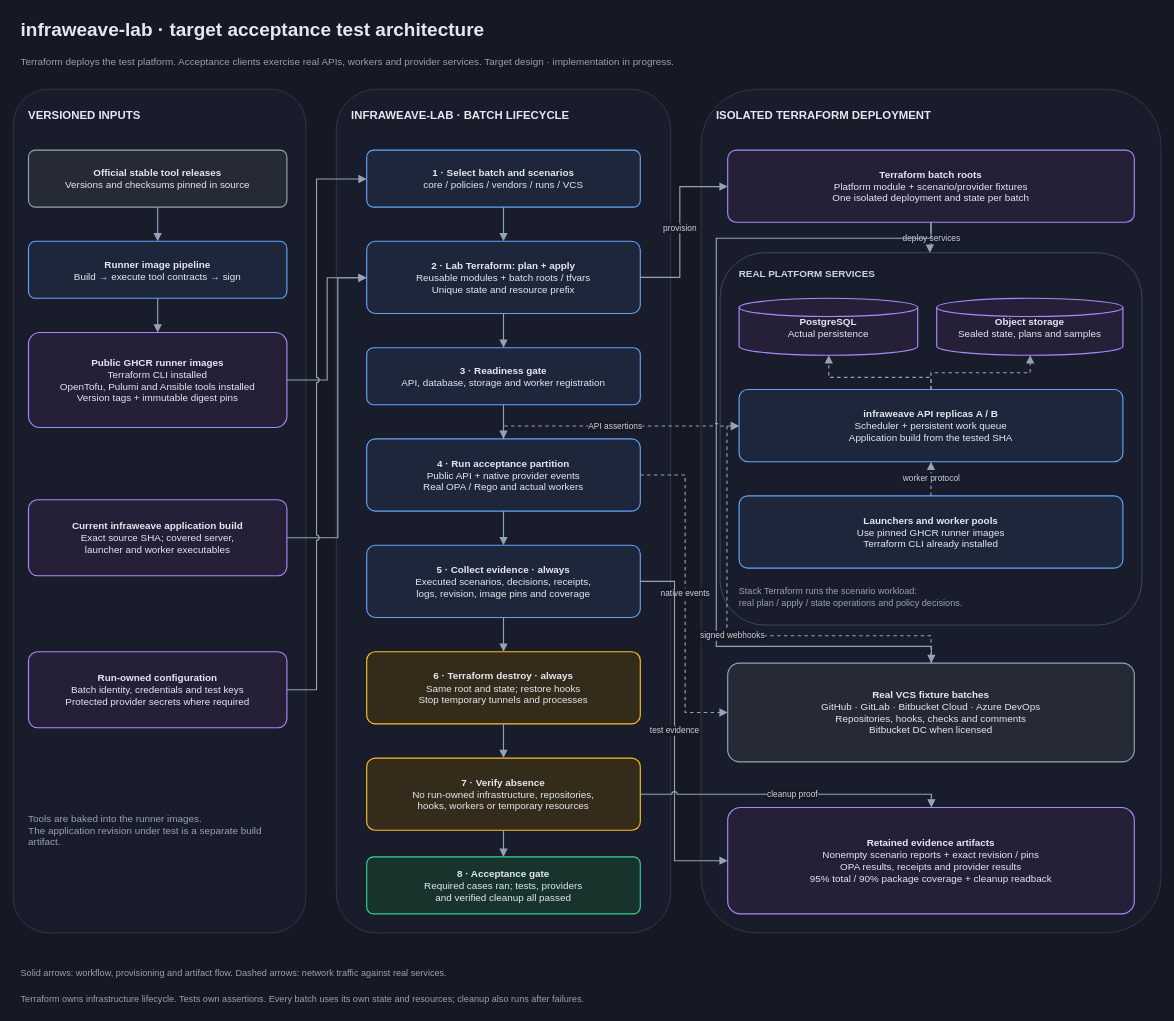
Earlier version of the draw.io diagram docs/diagrams/infraweave-lab-test-architecture.drawio (weaveplatform/infraweave). Source tidied: cells renumbered, new cells numbered last; positions are measured from the earlier drawing's top-left corner, leaving out a move shared by most shapes. Both pictures are drawn from the tidied source at 76%, with x=0, y=0 at pixel (13, 13).
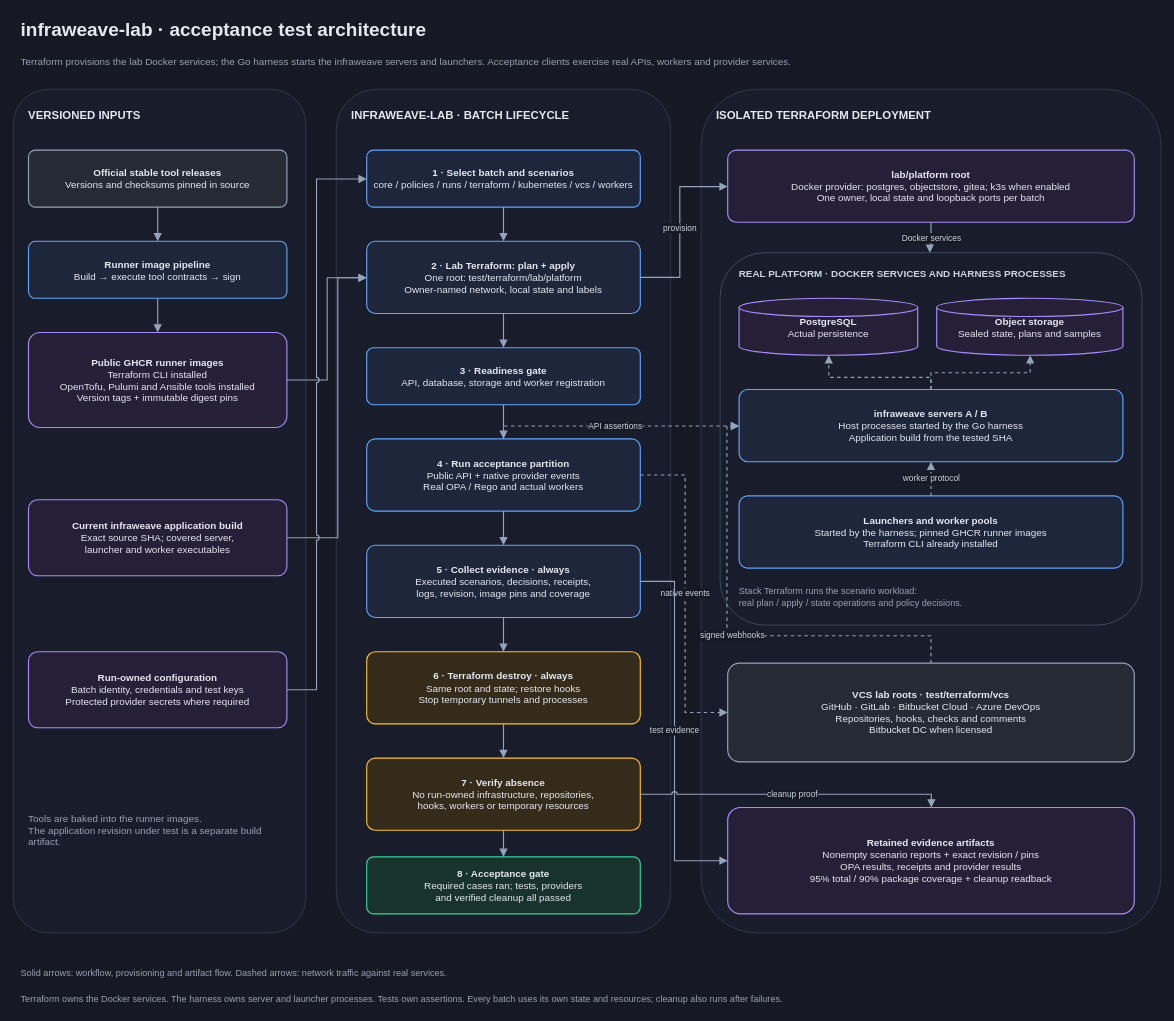
The same diagram, later.

The change refers to these unchanged cells:
```xml
<mxCell id="25" style="rounded=1;arcSize=12;whiteSpace=wrap;html=1;fontFamily=Helvetica;fontSize=13;fontColor=#e6e8f0;strokeWidth=1.5;spacing=10;fillColor=#191d2b;strokeColor=#3a3f55;dashed=0;strokeColor=#475569;strokeWidth=1;" parent="1" vertex="1">
  <mxGeometry x="930" y="315" width="555" height="490" as="geometry" />
</mxCell>
```

Diff of the diagram source:
```diff
@@
-    <mxCell id="2" value="infraweave-lab · target acceptance test architecture" style="text;html=1;whiteSpace=wrap;fontFamily=Helvetica;fontSize=25;fontColor=#e6e8f0;align=left;verticalAlign=middle;spacing=0;fontStyle=1;" parent="1" vertex="1">
+    <mxCell id="2" value="infraweave-lab · acceptance test architecture" style="text;html=1;whiteSpace=wrap;fontFamily=Helvetica;fontSize=25;fontColor=#e6e8f0;align=left;verticalAlign=middle;spacing=0;fontStyle=1;" parent="1" vertex="1">
       <mxGeometry x="10" width="1450" height="40" as="geometry" />
     </mxCell>
-    <mxCell id="3" value="Terraform deploys the test platform. Acceptance clients exercise real APIs, workers and provider services. Target design · implementation in progress." style="text;html=1;whiteSpace=wrap;fontFamily=Helvetica;fontSize=13;fontColor=#9aa0b4;align=left;verticalAlign=middle;spacing=0;fontStyle=0;" parent="1" vertex="1">
+    <mxCell id="3" value="Terraform provisions the lab Docker services; the Go harness starts the infraweave servers and launchers. Acceptance clients exercise real APIs, workers and provider services." style="text;html=1;whiteSpace=wrap;fontFamily=Helvetica;fontSize=13;fontColor=#9aa0b4;align=left;verticalAlign=middle;spacing=0;fontStyle=0;" parent="1" vertex="1">
       <mxGeometry x="10" y="48" width="1450" height="30" as="geometry" />
     </mxCell>
@@
-    <mxCell id="16" value="&lt;b&gt;1 · Select batch and scenarios&lt;/b&gt;&lt;br&gt;core / policies / vendors / runs / VCS" style="rounded=1;arcSize=12;whiteSpace=wrap;html=1;fontFamily=Helvetica;fontSize=13;fontColor=#e6e8f0;strokeWidth=1.5;spacing=10;fillColor=#1d263b;strokeColor=#60a5fa;" parent="1" vertex="1">
+    <mxCell id="16" value="&lt;b&gt;1 · Select batch and scenarios&lt;/b&gt;&lt;br&gt;core / policies / runs / terraform / kubernetes / vcs / workers" style="rounded=1;arcSize=12;whiteSpace=wrap;html=1;fontFamily=Helvetica;fontSize=13;fontColor=#e6e8f0;strokeWidth=1.5;spacing=10;fillColor=#1d263b;strokeColor=#60a5fa;" parent="1" vertex="1">
       <mxGeometry x="465" y="180" width="360" height="75" as="geometry" />
     </mxCell>
-    <mxCell id="17" value="&lt;b&gt;2 · Lab Terraform: plan + apply&lt;/b&gt;&lt;br&gt;Reusable modules + batch roots / tfvars&lt;br&gt;Unique state and resource prefix" style="rounded=1;arcSize=12;whiteSpace=wrap;html=1;fontFamily=Helvetica;fontSize=13;fontColor=#e6e8f0;strokeWidth=1.5;spacing=10;fillColor=#1d263b;strokeColor=#60a5fa;" parent="1" vertex="1">
+    <mxCell id="17" value="&lt;b&gt;2 · Lab Terraform: plan + apply&lt;/b&gt;&lt;br&gt;One root: test/terraform/lab/platform&lt;br&gt;Owner-named network, local state and labels" style="rounded=1;arcSize=12;whiteSpace=wrap;html=1;fontFamily=Helvetica;fontSize=13;fontColor=#e6e8f0;strokeWidth=1.5;spacing=10;fillColor=#1d263b;strokeColor=#60a5fa;" parent="1" vertex="1">
       <mxGeometry x="465" y="300" width="360" height="95" as="geometry" />
     </mxCell>
@@
-    <mxCell id="24" value="&lt;b&gt;Terraform batch roots&lt;/b&gt;&lt;br&gt;Platform module + scenario/provider fixtures&lt;br&gt;One isolated deployment and state per batch" style="rounded=1;arcSize=12;whiteSpace=wrap;html=1;fontFamily=Helvetica;fontSize=13;fontColor=#e6e8f0;strokeWidth=1.5;spacing=10;fillColor=#251f38;strokeColor=#a78bfa;" parent="1" vertex="1">
+    <mxCell id="24" value="&lt;b&gt;lab/platform root&lt;/b&gt;&lt;br&gt;Docker provider: postgres, objectstore, gitea; k3s when enabled&lt;br&gt;One owner, local state and loopback ports per batch" style="rounded=1;arcSize=12;whiteSpace=wrap;html=1;fontFamily=Helvetica;fontSize=13;fontColor=#e6e8f0;strokeWidth=1.5;spacing=10;fillColor=#251f38;strokeColor=#a78bfa;" parent="1" vertex="1">
       <mxGeometry x="940" y="180" width="535" height="95" as="geometry" />
     </mxCell>
@@
-    <mxCell id="26" value="REAL PLATFORM SERVICES" style="text;html=1;whiteSpace=wrap;fontFamily=Helvetica;fontSize=13;fontColor=#cbd5e1;align=left;verticalAlign=middle;spacing=0;fontStyle=1;" parent="1" vertex="1">
+    <mxCell id="26" value="REAL PLATFORM · DOCKER SERVICES AND HARNESS PROCESSES" style="text;html=1;whiteSpace=wrap;fontFamily=Helvetica;fontSize=13;fontColor=#cbd5e1;align=left;verticalAlign=middle;spacing=0;fontStyle=1;" parent="1" vertex="1">
       <mxGeometry x="955" y="330" width="510" height="25" as="geometry" />
     </mxCell>
@@
-    <mxCell id="29" value="&lt;b&gt;infraweave API replicas A / B&lt;/b&gt;&lt;br&gt;Scheduler + persistent work queue&lt;br&gt;Application build from the tested SHA" style="rounded=1;arcSize=12;whiteSpace=wrap;html=1;fontFamily=Helvetica;fontSize=13;fontColor=#e6e8f0;strokeWidth=1.5;spacing=10;fillColor=#1d263b;strokeColor=#60a5fa;" parent="1" vertex="1">
+    <mxCell id="29" value="&lt;b&gt;infraweave servers A / B&lt;/b&gt;&lt;br&gt;Host processes started by the Go harness&lt;br&gt;Application build from the tested SHA" style="rounded=1;arcSize=12;whiteSpace=wrap;html=1;fontFamily=Helvetica;fontSize=13;fontColor=#e6e8f0;strokeWidth=1.5;spacing=10;fillColor=#1d263b;strokeColor=#60a5fa;" parent="1" vertex="1">
       <mxGeometry x="955" y="495" width="505" height="95" as="geometry" />
     </mxCell>
-    <mxCell id="30" value="&lt;b&gt;Launchers and worker pools&lt;/b&gt;&lt;br&gt;Use pinned GHCR runner images&lt;br&gt;Terraform CLI already installed" style="rounded=1;arcSize=12;whiteSpace=wrap;html=1;fontFamily=Helvetica;fontSize=13;fontColor=#e6e8f0;strokeWidth=1.5;spacing=10;fillColor=#1d263b;strokeColor=#60a5fa;" parent="1" vertex="1">
+    <mxCell id="30" value="&lt;b&gt;Launchers and worker pools&lt;/b&gt;&lt;br&gt;Started by the harness; pinned GHCR runner images&lt;br&gt;Terraform CLI already installed" style="rounded=1;arcSize=12;whiteSpace=wrap;html=1;fontFamily=Helvetica;fontSize=13;fontColor=#e6e8f0;strokeWidth=1.5;spacing=10;fillColor=#1d263b;strokeColor=#60a5fa;" parent="1" vertex="1">
       <mxGeometry x="955" y="635" width="505" height="95" as="geometry" />
     </mxCell>
@@
-    <mxCell id="32" value="&lt;b&gt;Real VCS fixture batches&lt;/b&gt;&lt;br&gt;GitHub · GitLab · Bitbucket Cloud · Azure DevOps&lt;br&gt;Repositories, hooks, checks and comments&lt;br&gt;Bitbucket DC when licensed" style="rounded=1;arcSize=12;whiteSpace=wrap;html=1;fontFamily=Helvetica;fontSize=13;fontColor=#e6e8f0;strokeWidth=1.5;spacing=10;fillColor=#252a35;strokeColor=#94a3b8;" parent="1" vertex="1">
+    <mxCell id="32" value="&lt;b&gt;VCS lab roots · test/terraform/vcs&lt;/b&gt;&lt;br&gt;GitHub · GitLab · Bitbucket Cloud · Azure DevOps&lt;br&gt;Repositories, hooks, checks and comments&lt;br&gt;Bitbucket DC when licensed" style="rounded=1;arcSize=12;whiteSpace=wrap;html=1;fontFamily=Helvetica;fontSize=13;fontColor=#e6e8f0;strokeWidth=1.5;spacing=10;fillColor=#252a35;strokeColor=#94a3b8;" parent="1" vertex="1">
       <mxGeometry x="940" y="855" width="535" height="130" as="geometry" />
     </mxCell>
@@
-    <mxCell id="47" value="deploy services" style="strokeColor=#94a3b8;strokeWidth=1.5;endArrow=block;endSize=7;fontFamily=Helvetica;fontSize=11;fontColor=#cbd5e1;labelBackgroundColor=#161823;dashed=0;jumpStyle=arc;jumpSize=6;labelPlacement=auto;edgeStyle=orthogonalEdgeStyle;rounded=0;libavoidRouting=1;jettySize=auto;html=1;" parent="1" edge="1" source="24" target="25">
+    <mxCell id="47" value="Docker services" style="strokeColor=#94a3b8;strokeWidth=1.5;endArrow=block;endSize=7;fontFamily=Helvetica;fontSize=11;fontColor=#cbd5e1;labelBackgroundColor=#161823;dashed=0;jumpStyle=arc;jumpSize=6;labelPlacement=auto;edgeStyle=orthogonalEdgeStyle;rounded=0;libavoidRouting=1;jettySize=auto;html=1;" parent="1" edge="1" source="24" target="25">
       <mxGeometry relative="1" as="geometry">
         <Array as="points">
           <mxPoint x="1208" y="310" />
           <mxPoint x="1206" y="310" />
           <mxPoint x="1206" y="466" />
           <mxPoint x="1208" y="466" />
         </Array>
       </mxGeometry>
     </mxCell>
-    <mxCell id="48" style="strokeColor=#94a3b8;strokeWidth=1.5;endArrow=block;endSize=7;fontFamily=Helvetica;fontSize=11;fontColor=#cbd5e1;labelBackgroundColor=#161823;dashed=0;jumpStyle=arc;jumpSize=6;labelPlacement=auto;edgeStyle=orthogonalEdgeStyle;rounded=0;libavoidRouting=1;jettySize=auto;html=1;" parent="1" edge="1" source="24" target="32">
-      <mxGeometry relative="1" as="geometry">
-        <Array as="points">
-          <mxPoint x="1208" y="296" />
-          <mxPoint x="925" y="296" />
-          <mxPoint x="925" y="833" />
-          <mxPoint x="1208" y="833" />
-        </Array>
-      </mxGeometry>
-    </mxCell>
@@
-    <mxCell id="58" value="Terraform owns infrastructure lifecycle. Tests own assertions. Every batch uses its own state and resources; cleanup also runs after failures." style="text;html=1;whiteSpace=wrap;fontFamily=Helvetica;fontSize=12;fontColor=#9aa0b4;align=left;verticalAlign=middle;spacing=0;fontStyle=0;" parent="1" vertex="1">
+    <mxCell id="58" value="Terraform owns the Docker services. The harness owns server and launcher processes. Tests own assertions. Every batch uses its own state and resources; cleanup also runs after failures." style="text;html=1;whiteSpace=wrap;fontFamily=Helvetica;fontSize=12;fontColor=#9aa0b4;align=left;verticalAlign=middle;spacing=0;fontStyle=0;" parent="1" vertex="1">
       <mxGeometry x="10" y="1285" width="1480" height="25" as="geometry" />
     </mxCell>
```
